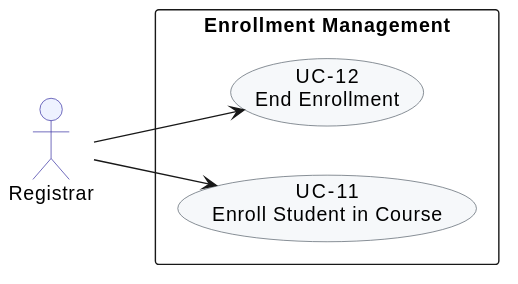
This is docs/BA-docs/use-case-diagram-assets/05-enrollment-management.svg from phuchoang2005/Student-Management-System, a PlantUML export, as it was before one commit.
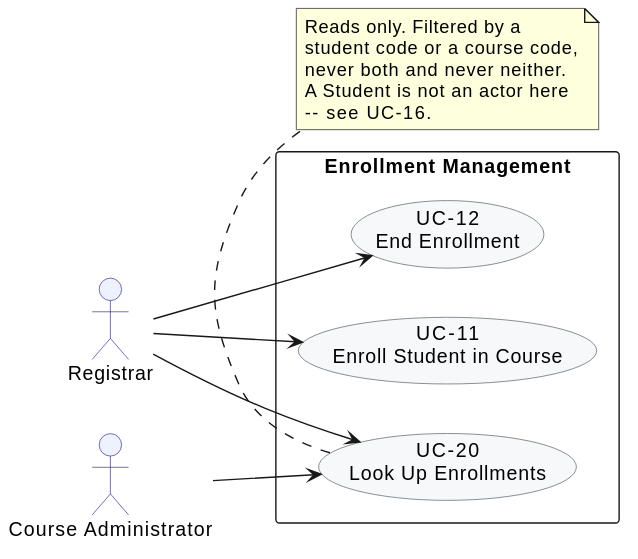
The same diagram one commit later.

What changed in the source:
```diff
@@ -11,12 +11,24 @@
 }
 
 actor Registrar
+actor "Course Administrator" as CourseAdmin
 
 rectangle "Enrollment Management" {
   usecase "UC-11\nEnroll Student in Course" as UC11
   usecase "UC-12\nEnd Enrollment" as UC12
+  usecase "UC-20\nLook Up Enrollments" as UC20
 }
 
 Registrar --> UC11
 Registrar --> UC12
+Registrar --> UC20
+CourseAdmin --> UC20
+
+note bottom of UC20
+  Reads only. Filtered by a
+  student code or a course code,
+  never both and never neither.
+  A Student is not an actor here
+  -- see UC-16.
+end note
 @enduml
```
